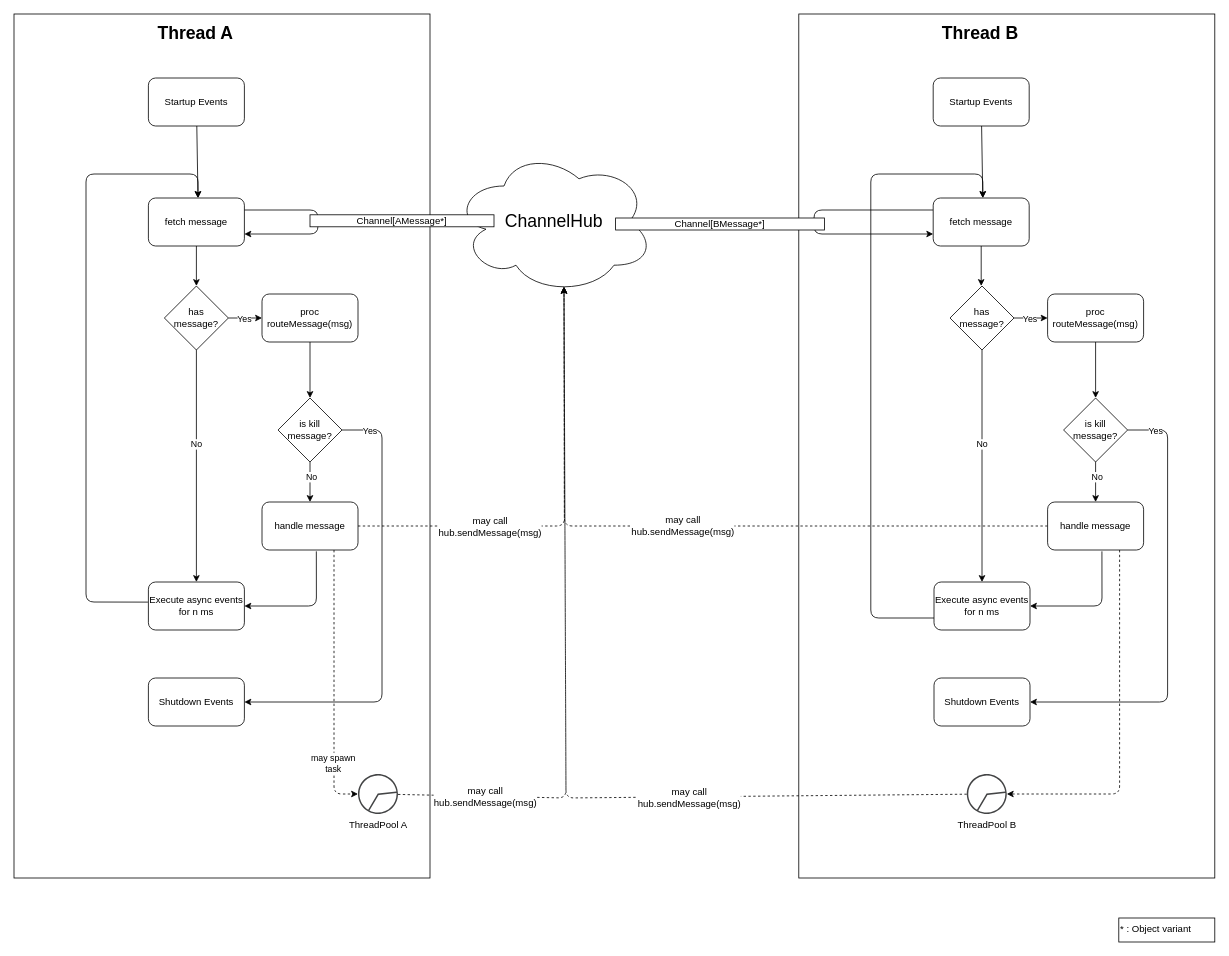
This is assets/app_architecture.drawio from PhilippMDoerner/ThreadButler, a draw.io file, before an edit. Source tidied: cells renumbered, new cells numbered last; positions are measured from the earlier drawing's top-left corner, leaving out a move shared by most shapes. Both pictures are drawn from the tidied source at 80%, with x=0, y=0 at pixel (14, 14).
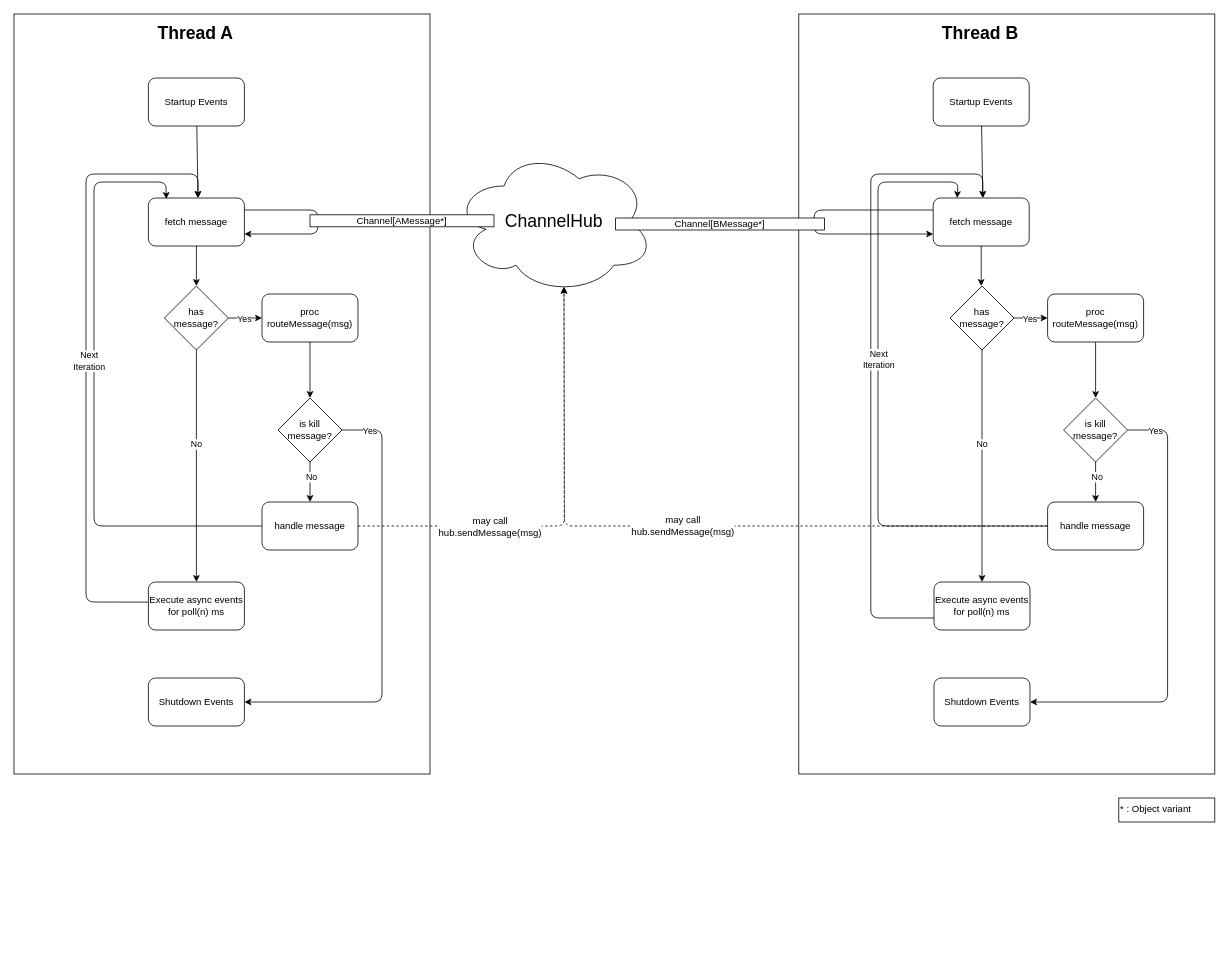
After the change.

Unchanged cells that the change refers to:
```xml
<mxCell id="4" value="fetch message" style="rounded=1;whiteSpace=wrap;html=1;" parent="1" vertex="1">
  <mxGeometry x="168" y="230" width="120" height="60" as="geometry" />
</mxCell>
<mxCell id="10" value="handle message" style="rounded=1;whiteSpace=wrap;html=1;" parent="1" vertex="1">
  <mxGeometry x="310" y="610" width="120" height="60" as="geometry" />
</mxCell>
<mxCell id="11" style="edgeStyle=none;html=1;exitX=-0.005;exitY=0.419;exitDx=0;exitDy=0;exitPerimeter=0;" parent="1" edge="1" source="12">
  <mxGeometry relative="1" as="geometry">
    <mxPoint x="230" y="230" as="targetPoint" />
    <Array as="points">
      <mxPoint x="90" y="735" />
      <mxPoint x="90" y="200" />
      <mxPoint x="230" y="200" />
    </Array>
  </mxGeometry>
</mxCell>
<mxCell id="27" value="ChannelHub" style="ellipse;shape=cloud;whiteSpace=wrap;html=1;fontSize=22;" parent="1" vertex="1">
  <mxGeometry x="550" y="170" width="250" height="180" as="geometry" />
</mxCell>
<mxCell id="33" value="fetch message" style="rounded=1;whiteSpace=wrap;html=1;" parent="1" vertex="1">
  <mxGeometry x="1149" y="230" width="120" height="60" as="geometry" />
</mxCell>
<mxCell id="45" value="handle message" style="rounded=1;whiteSpace=wrap;html=1;" parent="1" vertex="1">
  <mxGeometry x="1292" y="610" width="120" height="60" as="geometry" />
</mxCell>
```

The edit, as a diff of the source:
```diff
@@
     <mxCell id="2" style="rounded=0;whiteSpace=wrap;html=1;" parent="1" vertex="1">
-      <mxGeometry width="520" height="1080" as="geometry" />
+      <mxGeometry width="520" height="950" as="geometry" />
     </mxCell>
@@
-    <mxCell id="5" style="edgeStyle=none;html=1;entryX=1;entryY=0.5;entryDx=0;entryDy=0;exitX=0.566;exitY=1.028;exitDx=0;exitDy=0;exitPerimeter=0;" parent="1" edge="1" source="10" target="12">
-      <mxGeometry relative="1" as="geometry">
-        <Array as="points">
-          <mxPoint x="378" y="740" />
-        </Array>
-      </mxGeometry>
-    </mxCell>
@@
-    <mxCell id="8" style="edgeStyle=none;html=1;exitX=0.75;exitY=1;exitDx=0;exitDy=0;dashed=1;" parent="1" edge="1" source="10" target="64">
-      <mxGeometry relative="1" as="geometry">
-        <Array as="points">
-          <mxPoint x="400" y="975" />
-        </Array>
-      </mxGeometry>
-    </mxCell>
-    <mxCell id="9" value="may spawn&lt;br&gt;task" style="edgeLabel;html=1;align=center;verticalAlign=middle;" parent="8" vertex="1">
-      <mxGeometry x="0.59" y="-2" relative="1" as="geometry" />
-    </mxCell>
+    <mxCell id="68" style="edgeStyle=none;html=1;exitX=0;exitY=0.5;exitDx=0;exitDy=0;entryX=0.186;entryY=0.021;entryDx=0;entryDy=0;entryPerimeter=0;" parent="1" edge="1" source="10" target="4">
+      <mxGeometry relative="1" as="geometry">
+        <Array as="points">
+          <mxPoint x="100" y="640" />
+          <mxPoint x="100" y="210" />
+          <mxPoint x="190" y="210" />
+        </Array>
+      </mxGeometry>
+    </mxCell>
@@
+    <mxCell id="69" value="Next &lt;br&gt;Iteration" style="edgeLabel;html=1;align=center;verticalAlign=middle;" parent="11" vertex="1">
+      <mxGeometry x="-0.03" y="-3" relative="1" as="geometry" />
+    </mxCell>
-    <mxCell id="12" value="Execute async events for n ms" style="rounded=1;whiteSpace=wrap;html=1;" parent="1" vertex="1">
+    <mxCell id="12" value="Execute async events for poll(n) ms" style="rounded=1;whiteSpace=wrap;html=1;" parent="1" vertex="1">
       <mxGeometry x="168" y="710" width="120" height="60" as="geometry" />
     </mxCell>
@@
     <mxCell id="30" style="rounded=0;whiteSpace=wrap;html=1;" parent="1" vertex="1">
-      <mxGeometry x="981" width="520" height="1080" as="geometry" />
+      <mxGeometry x="981" width="520" height="950" as="geometry" />
     </mxCell>
@@
-    <mxCell id="43" style="edgeStyle=none;html=1;entryX=1;entryY=0.5;entryDx=0;entryDy=0;exitX=0.566;exitY=1.028;exitDx=0;exitDy=0;exitPerimeter=0;" parent="1" edge="1" source="45" target="46">
-      <mxGeometry relative="1" as="geometry">
-        <Array as="points">
-          <mxPoint x="1360" y="740" />
-        </Array>
-      </mxGeometry>
-    </mxCell>
-    <mxCell id="44" style="edgeStyle=none;html=1;exitX=0.75;exitY=1;exitDx=0;exitDy=0;dashed=1;" parent="1" edge="1" source="45" target="67">
-      <mxGeometry relative="1" as="geometry">
-        <Array as="points">
-          <mxPoint x="1382" y="975" />
-        </Array>
-      </mxGeometry>
-    </mxCell>
+    <mxCell id="70" style="edgeStyle=none;html=1;exitX=0;exitY=0.5;exitDx=0;exitDy=0;entryX=0.25;entryY=0;entryDx=0;entryDy=0;" parent="1" edge="1" source="45" target="33">
+      <mxGeometry relative="1" as="geometry">
+        <Array as="points">
+          <mxPoint x="1080" y="640" />
+          <mxPoint x="1080" y="210" />
+          <mxPoint x="1180" y="210" />
+        </Array>
+      </mxGeometry>
+    </mxCell>
+    <mxCell id="71" value="Next&lt;br&gt;Iteration" style="edgeLabel;html=1;align=center;verticalAlign=middle;" parent="70" vertex="1">
+      <mxGeometry x="0.17" relative="1" as="geometry">
+        <mxPoint y="25" as="offset" />
+      </mxGeometry>
+    </mxCell>
@@
-    <mxCell id="46" value="Execute async events for n ms" style="rounded=1;whiteSpace=wrap;html=1;" parent="1" vertex="1">
+    <mxCell id="46" value="Execute async events for poll(n) ms" style="rounded=1;whiteSpace=wrap;html=1;" parent="1" vertex="1">
       <mxGeometry x="1150" y="710" width="120" height="60" as="geometry" />
     </mxCell>
@@
     <mxCell id="60" value="* : Object variant" style="rounded=0;whiteSpace=wrap;html=1;align=left;verticalAlign=top;" parent="1" vertex="1">
-      <mxGeometry x="1381" y="1130" width="120" height="30" as="geometry" />
+      <mxGeometry x="1381" y="980" width="120" height="30" as="geometry" />
     </mxCell>
-    <mxCell id="61" style="edgeStyle=none;html=1;fontStyle=0;entryX=0.55;entryY=0.95;entryDx=0;entryDy=0;entryPerimeter=0;dashed=1;" parent="1" edge="1" source="64" target="27">
-      <mxGeometry relative="1" as="geometry">
-        <Array as="points">
-          <mxPoint x="690" y="980" />
-        </Array>
-      </mxGeometry>
-    </mxCell>
-    <mxCell id="62" style="edgeLabel;html=1;align=center;verticalAlign=middle;" parent="61" vertex="1">
-      <mxGeometry x="-0.79" y="-1" relative="1" as="geometry" />
-    </mxCell>
-    <mxCell id="63" value="&lt;span style=&quot;font-size: 12px;&quot;&gt;may call&lt;/span&gt;&lt;br style=&quot;font-size: 12px;&quot;&gt;&lt;span style=&quot;font-size: 12px;&quot;&gt;hub.sendMessage(msg)&lt;/span&gt;" style="edgeLabel;html=1;align=center;verticalAlign=middle;" parent="61" vertex="1">
-      <mxGeometry x="-0.77" y="-1" relative="1" as="geometry">
-        <mxPoint x="11" as="offset" />
-      </mxGeometry>
-    </mxCell>
-    <mxCell id="64" value="ThreadPool A" style="sketch=0;shadow=0;dashed=0;html=1;strokeColor=none;fillColor=#434445;labelPosition=center;verticalLabelPosition=bottom;verticalAlign=top;align=center;outlineConnect=0;shape=mxgraph.vvd.resource_pool;" parent="1" vertex="1">
-      <mxGeometry x="430" y="950" width="50" height="50" as="geometry" />
-    </mxCell>
-    <mxCell id="65" style="edgeStyle=none;html=1;entryX=0.55;entryY=0.95;entryDx=0;entryDy=0;entryPerimeter=0;dashed=1;" parent="1" edge="1" source="67" target="27">
-      <mxGeometry relative="1" as="geometry">
-        <Array as="points">
-          <mxPoint x="690" y="980" />
-        </Array>
-      </mxGeometry>
-    </mxCell>
-    <mxCell id="66" value="&lt;span style=&quot;font-size: 12px;&quot;&gt;may call&lt;/span&gt;&lt;br style=&quot;font-size: 12px;&quot;&gt;&lt;span style=&quot;font-size: 12px;&quot;&gt;hub.sendMessage(msg)&lt;/span&gt;" style="edgeLabel;html=1;align=center;verticalAlign=middle;" parent="65" vertex="1">
-      <mxGeometry x="-0.39" y="1" relative="1" as="geometry" />
-    </mxCell>
-    <mxCell id="67" value="ThreadPool B" style="sketch=0;shadow=0;dashed=0;html=1;strokeColor=none;fillColor=#434445;labelPosition=center;verticalLabelPosition=bottom;verticalAlign=top;align=center;outlineConnect=0;shape=mxgraph.vvd.resource_pool;" parent="1" vertex="1">
-      <mxGeometry x="1191" y="950" width="50" height="50" as="geometry" />
-    </mxCell>
```
